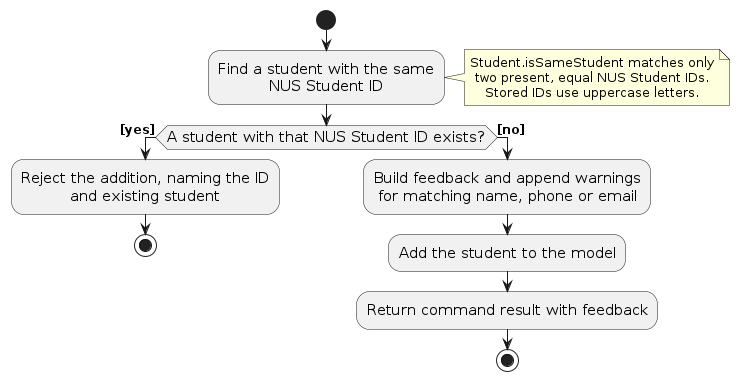
The PlantUML diagram diagrams/AddDuplicateCheckActivityDiagram.png in AY2627S1-CS2103T-T16-1/tp, before a commit. Its source is kept beside it as diagrams/AddDuplicateCheckActivityDiagram.puml.
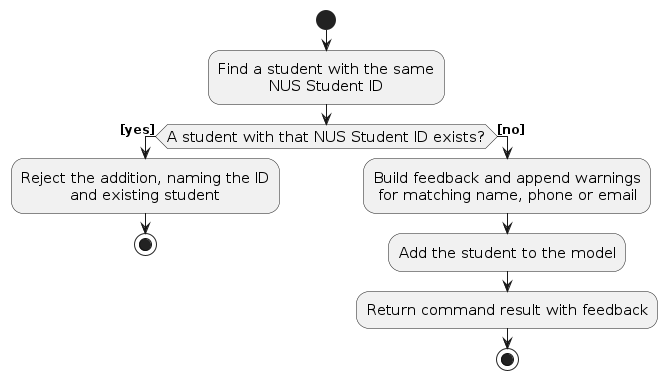
The same file after the commit.

The edit, as a diff of the source:
```diff
@@ -6,12 +6,6 @@
 start
 :Find a student with the same
 NUS Student ID;
-note right
-  Student.isSameStudent matches only
-  two present, equal NUS Student IDs.
-  Stored IDs use uppercase letters.
-end note
-
 if (A student with that NUS Student ID exists?) then ([yes])
     :Reject the addition, naming the ID
     and existing student;
```
